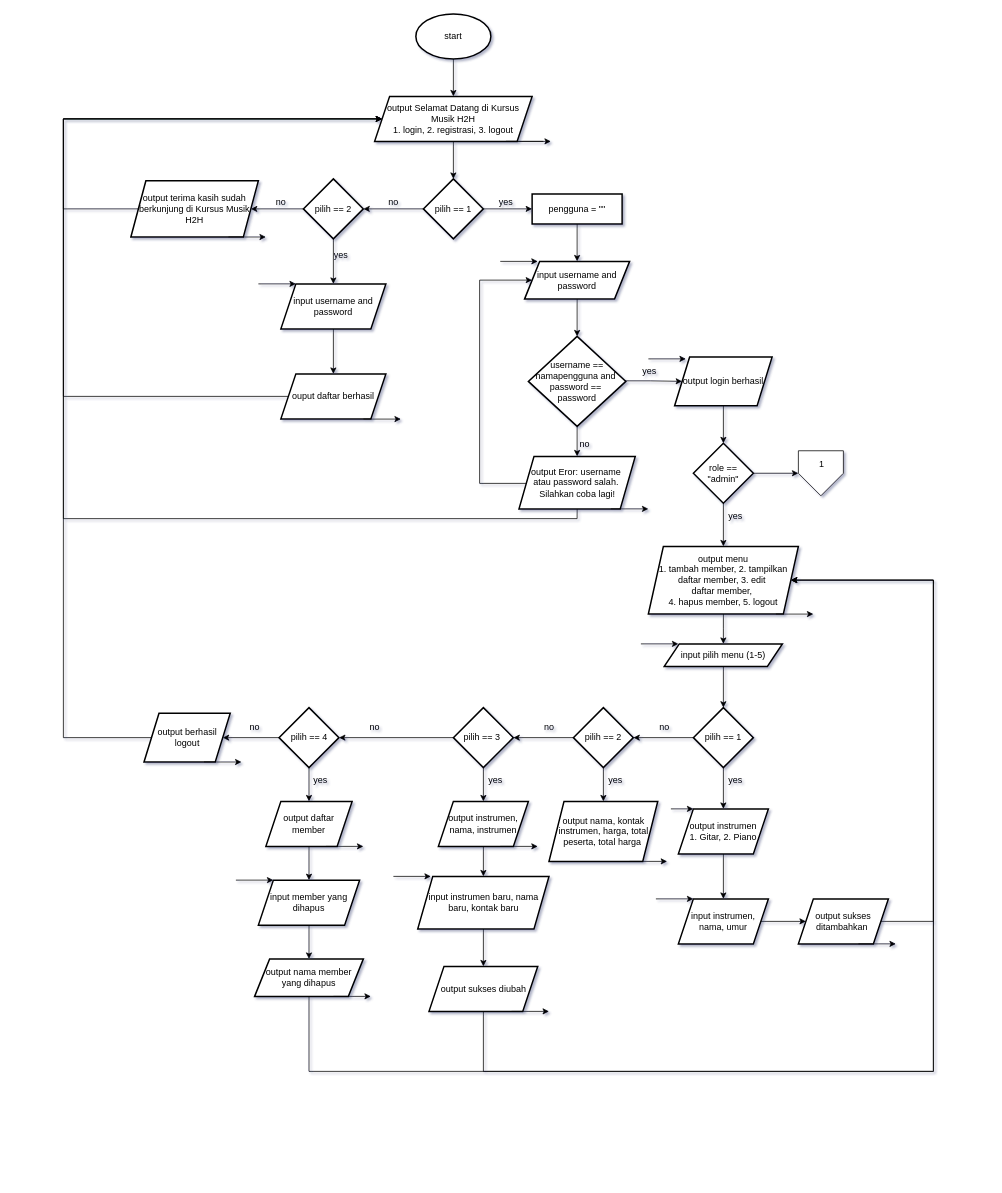
The draw.io diagram page "part 1" (1 of 2) of Post-test/Post-test-apd-5/2509106078-Annisa-Nur-Raidah-PT-5.drawio in AnnisaNurRaidah/praktikum-apd, before the edit. Source tidied: cells renumbered, new cells numbered last; positions are measured from the earlier drawing's top-left corner, leaving out a move shared by most shapes. Both pictures are drawn from the tidied source at 75%, with x=0, y=0 at pixel (63, 14).
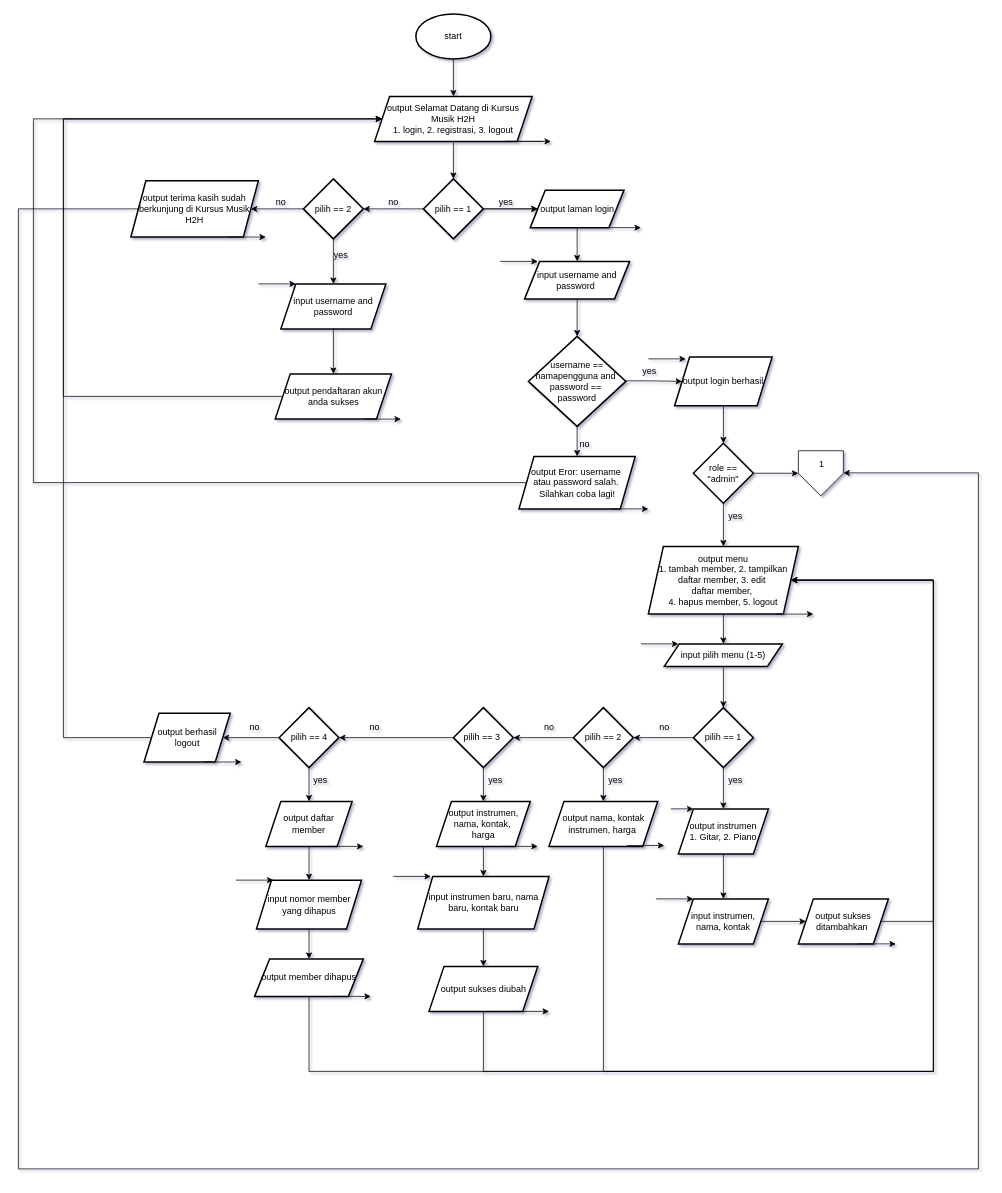
Above is the later version.

The change refers to these unchanged cells:
```xml
<mxCell id="5" value="&lt;font style=&quot;color: light-dark(rgb(0, 0, 0), rgb(0, 0, 0));&quot;&gt;output Selamat Datang di Kursus Musik H2H&lt;/font&gt;&lt;div&gt;&lt;font style=&quot;color: light-dark(rgb(0, 0, 0), rgb(0, 0, 0));&quot;&gt;1. login, 2. registrasi, 3. logout&lt;/font&gt;&lt;/div&gt;" style="shape=parallelogram;perimeter=parallelogramPerimeter;whiteSpace=wrap;html=1;fixedSize=1;fillColor=light-dark(#FFFFFF,#FFFFFF);strokeColor=light-dark(#000000,#000000);strokeWidth=2;" parent="1" vertex="1">
  <mxGeometry x="415" y="110" width="210" height="60" as="geometry" />
</mxCell>
<mxCell id="15" value="output Eror: username&amp;nbsp;&lt;div&gt;atau password salah.&amp;nbsp;&lt;div&gt;Silahkan coba lagi!&lt;/div&gt;&lt;/div&gt;" style="shape=parallelogram;perimeter=parallelogramPerimeter;whiteSpace=wrap;html=1;fixedSize=1;fillColor=light-dark(#FFFFFF,#FFFFFF);strokeColor=light-dark(#000000,#000000);fontColor=light-dark(#000000,#000000);strokeWidth=2;" parent="1" vertex="1">
  <mxGeometry x="607.5" y="590" width="155" height="70" as="geometry" />
</mxCell>
<mxCell id="26" value="output menu&lt;div&gt;1. tambah member, 2. tampilkan daftar member, 3. edit&amp;nbsp;&lt;/div&gt;&lt;div&gt;daftar member,&amp;nbsp;&lt;/div&gt;&lt;div&gt;4. hapus member, 5. logout&lt;/div&gt;" style="shape=parallelogram;perimeter=parallelogramPerimeter;whiteSpace=wrap;html=1;fixedSize=1;fillColor=light-dark(#FFFFFF,#FFFFFF);strokeColor=light-dark(#000000,#000000);fontColor=light-dark(#000000,#000000);strokeWidth=2;" parent="1" vertex="1">
  <mxGeometry x="780" y="710" width="200" height="90" as="geometry" />
</mxCell>
<mxCell id="73" value="pilih == 1" style="rhombus;whiteSpace=wrap;html=1;fillColor=light-dark(#FFFFFF,#FFFFFF);strokeColor=light-dark(#000000,#000000);strokeWidth=2;fontColor=light-dark(#000000,#000000);" parent="1" vertex="1">
  <mxGeometry x="480" y="220" width="80" height="80" as="geometry" />
</mxCell>
<mxCell id="82" value="output terima kasih sudah berkunjung di Kursus Musik H2H" style="shape=parallelogram;perimeter=parallelogramPerimeter;whiteSpace=wrap;html=1;fixedSize=1;fillColor=light-dark(#FFFFFF,#FFFFFF);strokeColor=light-dark(#000000,#000000);fontColor=light-dark(#000000,#000000);strokeWidth=2;" parent="1" vertex="1">
  <mxGeometry x="90" y="222.5" width="170" height="75" as="geometry" />
</mxCell>
<mxCell id="83" style="verticalLabelPosition=bottom;verticalAlign=top;html=1;shape=offPageConnector;rounded=0;size=0.5;fontFamily=Helvetica;fontSize=11;fontColor=default;labelBackgroundColor=default;fillColor=light-dark(#FFFFFF,#FFFFFF);strokeColor=light-dark(#000000,#000000);" parent="1" vertex="1">
  <mxGeometry x="980" y="582.5" width="60" height="60" as="geometry" />
</mxCell>
```

Diff of the diagram source:
```diff
@@
-    <mxCell id="6" style="edgeStyle=orthogonalEdgeStyle;shape=connector;rounded=0;jettySize=auto;html=1;strokeColor=light-dark(#000000,#000000);align=center;verticalAlign=middle;fontFamily=Helvetica;fontSize=12;fontColor=light-dark(#000000,#000000);labelBackgroundColor=light-dark(#FFFFFF,#FFFFFF);endArrow=classic;" parent="1" edge="1" source="7" target="20">
-      <mxGeometry relative="1" as="geometry" />
-    </mxCell>
-    <mxCell id="7" value="pengguna = &quot;&quot;" style="shape=parallelogram;perimeter=parallelogramPerimeter;whiteSpace=wrap;html=1;fixedSize=1;fillColor=light-dark(#FFFFFF,#FFFFFF);strokeColor=light-dark(#000000,#000000);strokeWidth=2;fontColor=light-dark(#000000,#000000);size=-60;" parent="1" vertex="1">
-      <mxGeometry x="625" y="240" width="120" height="40" as="geometry" />
-    </mxCell>
@@
-    <mxCell id="13" style="edgeStyle=orthogonalEdgeStyle;shape=connector;rounded=0;jettySize=auto;html=1;exitX=0;exitY=0.5;exitDx=0;exitDy=0;strokeColor=light-dark(#000000,#000000);align=center;verticalAlign=middle;fontFamily=Helvetica;fontSize=12;fontColor=light-dark(#000000,#000000);labelBackgroundColor=light-dark(#FFFFFF,#FFFFFF);endArrow=classic;" parent="1" edge="1" source="15" target="20">
-      <mxGeometry relative="1" as="geometry">
-        <Array as="points">
-          <mxPoint x="555" y="626" />
-          <mxPoint x="555" y="355" />
-        </Array>
-      </mxGeometry>
-    </mxCell>
-    <mxCell id="14" style="edgeStyle=orthogonalEdgeStyle;shape=connector;rounded=0;jettySize=auto;html=1;exitX=0.5;exitY=1;exitDx=0;exitDy=0;strokeColor=light-dark(#000000,#000000);align=center;verticalAlign=middle;fontFamily=Helvetica;fontSize=11;fontColor=default;labelBackgroundColor=default;endArrow=classic;" parent="1" edge="1" source="15" target="5">
+    <mxCell id="14" style="edgeStyle=orthogonalEdgeStyle;shape=connector;rounded=0;jettySize=auto;html=1;exitX=0;exitY=0.5;exitDx=0;exitDy=0;strokeColor=light-dark(#000000,#000000);align=center;verticalAlign=middle;fontFamily=Helvetica;fontSize=11;fontColor=default;labelBackgroundColor=default;endArrow=classic;" parent="1" edge="1" source="15" target="5">
       <mxGeometry relative="1" as="geometry">
         <Array as="points">
-          <mxPoint x="685" y="673" />
-          <mxPoint y="673" />
-          <mxPoint y="140" />
+          <mxPoint x="-40" y="625" />
+          <mxPoint x="-40" y="140" />
         </Array>
       </mxGeometry>
     </mxCell>
@@
-    <mxCell id="20" value="input username and password" style="shape=parallelogram;perimeter=parallelogramPerimeter;whiteSpace=wrap;html=1;fixedSize=1;fillColor=light-dark(#FFFFFF,#FFFFFF);strokeColor=light-dark(#000000,#000000);fontColor=light-dark(#000000,#000000);strokeWidth=2;" parent="1" vertex="1">
+    <mxCell id="20" value="input username and password&amp;nbsp;" style="shape=parallelogram;perimeter=parallelogramPerimeter;whiteSpace=wrap;html=1;fixedSize=1;fillColor=light-dark(#FFFFFF,#FFFFFF);strokeColor=light-dark(#000000,#000000);fontColor=light-dark(#000000,#000000);strokeWidth=2;" parent="1" vertex="1">
       <mxGeometry x="615" y="330" width="140" height="50" as="geometry" />
     </mxCell>
@@
-    <mxCell id="38" value="input instrumen, nama, umur" style="shape=parallelogram;perimeter=parallelogramPerimeter;whiteSpace=wrap;html=1;fixedSize=1;fillColor=light-dark(#FFFFFF,#FFFFFF);strokeColor=light-dark(#000000,#000000);fontColor=light-dark(#000000,#000000);strokeWidth=2;" parent="1" vertex="1">
+    <mxCell id="38" value="input instrumen, nama, kontak" style="shape=parallelogram;perimeter=parallelogramPerimeter;whiteSpace=wrap;html=1;fixedSize=1;fillColor=light-dark(#FFFFFF,#FFFFFF);strokeColor=light-dark(#000000,#000000);fontColor=light-dark(#000000,#000000);strokeWidth=2;" parent="1" vertex="1">
       <mxGeometry x="820" y="1180" width="120" height="60" as="geometry" />
     </mxCell>
@@
+    <mxCell id="108" style="edgeStyle=orthogonalEdgeStyle;shape=connector;rounded=0;jettySize=auto;html=1;exitX=0.5;exitY=1;exitDx=0;exitDy=0;strokeColor=light-dark(#000000,#000000);align=center;verticalAlign=middle;fontFamily=Helvetica;fontSize=11;fontColor=default;labelBackgroundColor=default;endArrow=classic;" parent="1" edge="1" source="41" target="26">
+      <mxGeometry relative="1" as="geometry">
+        <Array as="points">
+          <mxPoint x="720" y="1410" />
+          <mxPoint x="1160" y="1410" />
+          <mxPoint x="1160" y="755" />
+        </Array>
+      </mxGeometry>
+    </mxCell>
-    <mxCell id="41" value="output nama, kontak instrumen, harga, total peserta, total harga&amp;nbsp;" style="shape=parallelogram;perimeter=parallelogramPerimeter;whiteSpace=wrap;html=1;fixedSize=1;fillColor=light-dark(#FFFFFF,#FFFFFF);strokeColor=light-dark(#000000,#000000);fontColor=light-dark(#000000,#000000);strokeWidth=2;" parent="1" vertex="1">
-      <mxGeometry x="647.5" y="1050" width="145" height="80" as="geometry" />
+    <mxCell id="41" value="output nama, kontak instrumen, harga&amp;nbsp;" style="shape=parallelogram;perimeter=parallelogramPerimeter;whiteSpace=wrap;html=1;fixedSize=1;fillColor=light-dark(#FFFFFF,#FFFFFF);strokeColor=light-dark(#000000,#000000);fontColor=light-dark(#000000,#000000);strokeWidth=2;" parent="1" vertex="1">
+      <mxGeometry x="647.5" y="1050" width="145" height="60" as="geometry" />
     </mxCell>
@@
-    <mxCell id="46" value="output instrumen, nama, instrumen" style="shape=parallelogram;perimeter=parallelogramPerimeter;whiteSpace=wrap;html=1;fixedSize=1;fillColor=light-dark(#FFFFFF,#FFFFFF);strokeColor=light-dark(#000000,#000000);fontColor=light-dark(#000000,#000000);strokeWidth=2;" parent="1" vertex="1">
-      <mxGeometry x="500" y="1050" width="120" height="60" as="geometry" />
+    <mxCell id="46" value="output instrumen, nama, kontak,&amp;nbsp;&lt;div&gt;harga&lt;/div&gt;" style="shape=parallelogram;perimeter=parallelogramPerimeter;whiteSpace=wrap;html=1;fixedSize=1;fillColor=light-dark(#FFFFFF,#FFFFFF);strokeColor=light-dark(#000000,#000000);fontColor=light-dark(#000000,#000000);strokeWidth=2;" parent="1" vertex="1">
+      <mxGeometry x="497.5" y="1050" width="125" height="60" as="geometry" />
     </mxCell>
@@
-    <mxCell id="57" value="input member yang dihapus" style="shape=parallelogram;perimeter=parallelogramPerimeter;whiteSpace=wrap;html=1;fixedSize=1;fillColor=light-dark(#FFFFFF,#FFFFFF);strokeColor=light-dark(#000000,#000000);fontColor=light-dark(#000000,#000000);strokeWidth=2;" parent="1" vertex="1">
-      <mxGeometry x="260" y="1155" width="135" height="60" as="geometry" />
+    <mxCell id="57" value="input nomor member yang dihapus" style="shape=parallelogram;perimeter=parallelogramPerimeter;whiteSpace=wrap;html=1;fixedSize=1;fillColor=light-dark(#FFFFFF,#FFFFFF);strokeColor=light-dark(#000000,#000000);fontColor=light-dark(#000000,#000000);strokeWidth=2;" parent="1" vertex="1">
+      <mxGeometry x="257.5" y="1155" width="140" height="65" as="geometry" />
     </mxCell>
@@
-    <mxCell id="59" value="output nama member yang dihapus" style="shape=parallelogram;perimeter=parallelogramPerimeter;whiteSpace=wrap;html=1;fixedSize=1;fillColor=light-dark(#FFFFFF,#FFFFFF);strokeColor=light-dark(#000000,#000000);fontColor=light-dark(#000000,#000000);strokeWidth=2;" parent="1" vertex="1">
+    <mxCell id="59" value="output member dihapus" style="shape=parallelogram;perimeter=parallelogramPerimeter;whiteSpace=wrap;html=1;fixedSize=1;fillColor=light-dark(#FFFFFF,#FFFFFF);strokeColor=light-dark(#000000,#000000);fontColor=light-dark(#000000,#000000);strokeWidth=2;" parent="1" vertex="1">
       <mxGeometry x="255" y="1260" width="145" height="50" as="geometry" />
     </mxCell>
@@
-    <mxCell id="71" style="edgeStyle=orthogonalEdgeStyle;shape=connector;rounded=0;jettySize=auto;html=1;strokeColor=light-dark(#000000,#000000);align=center;verticalAlign=middle;fontFamily=Helvetica;fontSize=12;fontColor=light-dark(#000000,#000000);labelBackgroundColor=light-dark(#FFFFFF,#FFFFFF);endArrow=classic;" parent="1" edge="1" source="73" target="7">
-      <mxGeometry relative="1" as="geometry" />
-    </mxCell>
@@
+    <mxCell id="109" style="edgeStyle=orthogonalEdgeStyle;rounded=0;jettySize=auto;html=1;" parent="1" edge="1" source="73" target="113">
+      <mxGeometry relative="1" as="geometry" />
+    </mxCell>
+    <mxCell id="110" style="edgeStyle=orthogonalEdgeStyle;rounded=0;jettySize=auto;html=1;exitX=1;exitY=0.5;exitDx=0;exitDy=0;strokeColor=light-dark(#000000,#000000);" parent="1" edge="1" source="73" target="113">
+      <mxGeometry relative="1" as="geometry" />
+    </mxCell>
@@
-    <mxCell id="80" value="ouput daftar berhasil" style="shape=parallelogram;perimeter=parallelogramPerimeter;whiteSpace=wrap;html=1;fixedSize=1;fillColor=light-dark(#FFFFFF,#FFFFFF);strokeColor=light-dark(#000000,#000000);fontColor=light-dark(#000000,#000000);strokeWidth=2;" parent="1" vertex="1">
-      <mxGeometry x="290" y="480" width="140" height="60" as="geometry" />
+    <mxCell id="80" value="output pendaftaran akun anda sukses" style="shape=parallelogram;perimeter=parallelogramPerimeter;whiteSpace=wrap;html=1;fixedSize=1;fillColor=light-dark(#FFFFFF,#FFFFFF);strokeColor=light-dark(#000000,#000000);fontColor=light-dark(#000000,#000000);strokeWidth=2;" parent="1" vertex="1">
+      <mxGeometry x="282.5" y="480" width="155" height="60" as="geometry" />
     </mxCell>
-    <mxCell id="81" style="edgeStyle=orthogonalEdgeStyle;rounded=0;jettySize=auto;html=1;exitX=0;exitY=0.5;exitDx=0;exitDy=0;strokeColor=light-dark(#000000,#000000);" parent="1" edge="1" source="82" target="5">
-      <mxGeometry relative="1" as="geometry">
-        <Array as="points">
-          <mxPoint y="260" />
-          <mxPoint y="140" />
-        </Array>
-      </mxGeometry>
-    </mxCell>
+    <mxCell id="111" style="edgeStyle=orthogonalEdgeStyle;rounded=0;jettySize=auto;html=1;exitX=0;exitY=0.5;exitDx=0;exitDy=0;strokeColor=light-dark(#000000,#000000);" parent="1" edge="1" source="82" target="83">
+      <mxGeometry relative="1" as="geometry">
+        <Array as="points">
+          <mxPoint x="-60" y="260" />
+          <mxPoint x="-60" y="1540" />
+          <mxPoint x="1220" y="1540" />
+          <mxPoint x="1220" y="612" />
+        </Array>
+      </mxGeometry>
+    </mxCell>
@@
     <mxCell id="104" style="edgeStyle=orthogonalEdgeStyle;rounded=0;orthogonalLoop=1;jettySize=auto;html=1;fontFamily=Helvetica;fontSize=12;fontColor=default;strokeColor=light-dark(#000000,#000000);" parent="1" edge="1">
       <mxGeometry relative="1" as="geometry">
-        <mxPoint x="755" y="1130" as="sourcePoint" />
-        <mxPoint x="805" y="1130" as="targetPoint" />
+        <mxPoint x="751.2" y="1108.8" as="sourcePoint" />
+        <mxPoint x="801.2" y="1108.8" as="targetPoint" />
         <Array as="points">
-          <mxPoint x="805" y="1129.7" />
+          <mxPoint x="801.2" y="1108.5" />
         </Array>
       </mxGeometry>
     </mxCell>
@@
+    <mxCell id="112" style="edgeStyle=orthogonalEdgeStyle;rounded=0;jettySize=auto;html=1;strokeColor=light-dark(#000000,#000000);" parent="1" edge="1" source="113" target="20">
+      <mxGeometry relative="1" as="geometry" />
+    </mxCell>
+    <mxCell id="113" value="output laman login" style="shape=parallelogram;perimeter=parallelogramPerimeter;whiteSpace=wrap;html=1;fixedSize=1;fillColor=light-dark(#FFFFFF,#FFFFFF);strokeColor=light-dark(#000000,#000000);fontColor=light-dark(#000000,#000000);strokeWidth=2;" parent="1" vertex="1">
+      <mxGeometry x="622.5" y="235" width="125" height="50" as="geometry" />
+    </mxCell>
+    <mxCell id="114" style="edgeStyle=orthogonalEdgeStyle;rounded=0;orthogonalLoop=1;jettySize=auto;html=1;fontFamily=Helvetica;fontSize=12;fontColor=default;strokeColor=light-dark(#000000,#000000);" parent="1" edge="1">
+      <mxGeometry relative="1" as="geometry">
+        <mxPoint x="720" y="285" as="sourcePoint" />
+        <mxPoint x="770" y="285" as="targetPoint" />
+        <Array as="points">
+          <mxPoint x="770" y="284.7" />
+        </Array>
+      </mxGeometry>
+    </mxCell>
```
